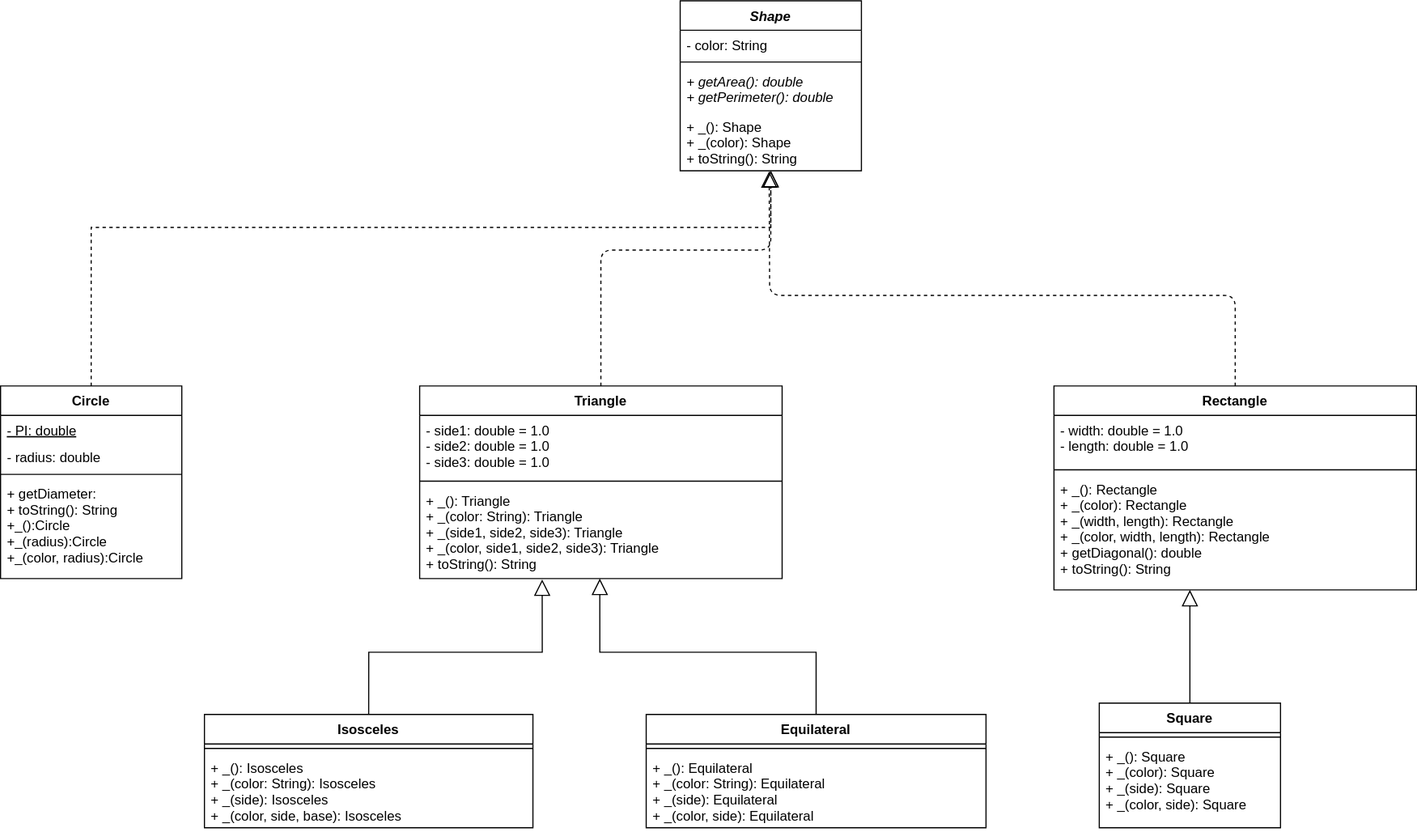
This is img/UMLP1.svg from Dap20040812/PRADO-VALDERRAMA-CHACHATI-SABANA-POOB-2021-1-LAB-ABSTRACT-CLASS, a draw.io export, as it was before one commit. Source tidied: cells renumbered, new cells last; positions are measured from the earlier drawing's top-left corner, leaving out a move shared by most shapes.
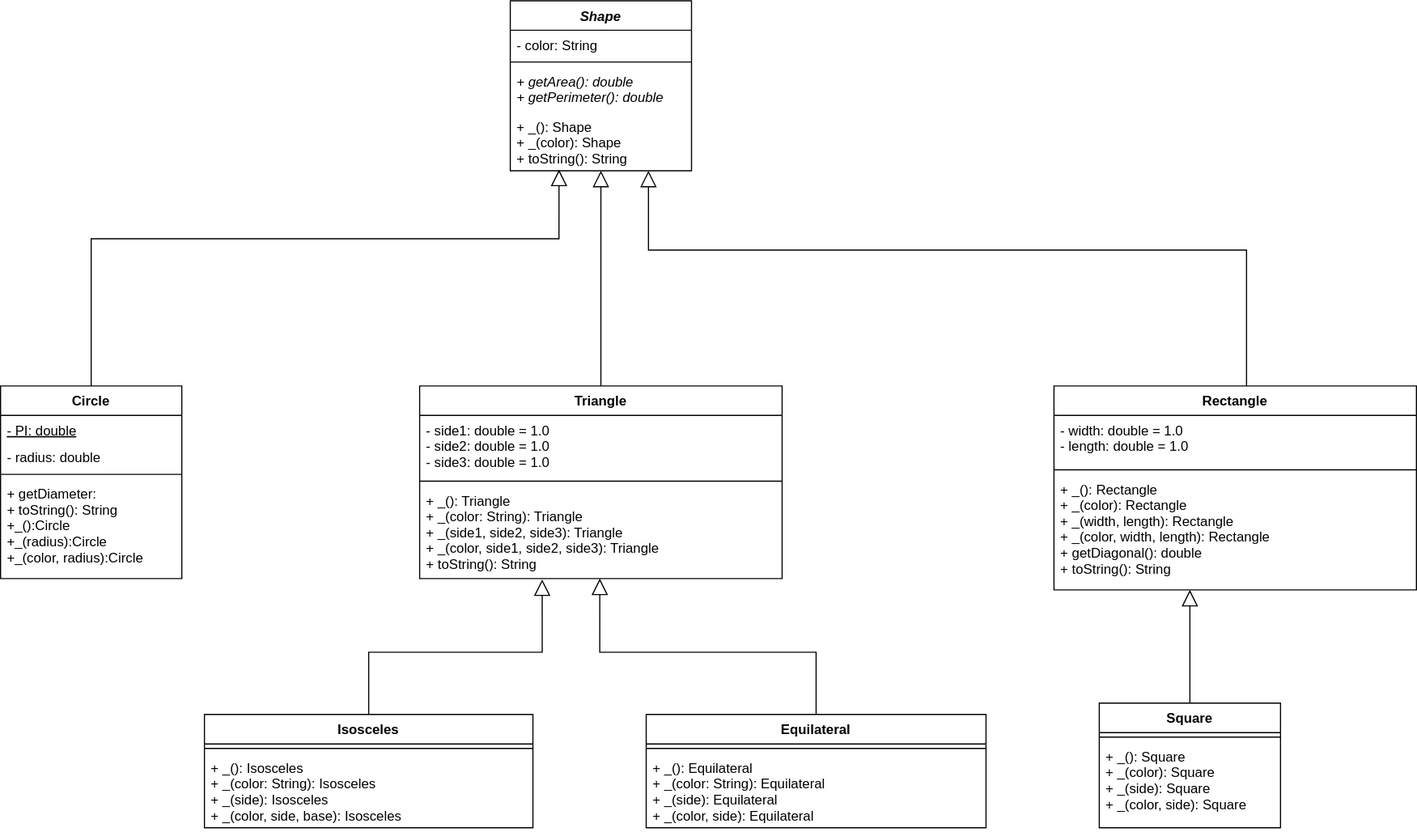
After the commit.

What changed in the source:
```diff
@@ -3,7 +3,7 @@
     <mxCell id="0" />
     <mxCell id="1" parent="0" />
     <mxCell id="2" value="Shape" style="swimlane;fontStyle=3;align=center;verticalAlign=top;horizontal=1;startSize=26;" parent="1" vertex="1">
-      <mxGeometry x="600" width="160" height="150" as="geometry" />
+      <mxGeometry x="450" width="160" height="150" as="geometry" />
     </mxCell>
     <mxCell id="3" value="- color: String" style="text;strokeColor=none;fillColor=none;align=left;verticalAlign=top;spacingLeft=4;spacingRight=4;overflow=hidden;" parent="2" vertex="1">
       <mxGeometry y="26" width="160" height="24" as="geometry" />
@@ -32,16 +32,6 @@
     <mxCell id="11" value="+ getDiameter:&#10;+ toString(): String&#10;+_():Circle&#10;+_(radius):Circle&#10;+_(color, radius):Circle&#10;" style="text;strokeColor=none;fillColor=none;align=left;verticalAlign=top;spacingLeft=4;spacingRight=4;overflow=hidden;" parent="7" vertex="1">
       <mxGeometry y="82" width="160" height="88" as="geometry" />
     </mxCell>
-    <mxCell id="12" style="endArrow=block;dashed=1;endFill=0;endSize=12;html=1;exitX=0.5;exitY=0;exitDx=0;exitDy=0;rounded=0;" parent="1" edge="1" source="7" target="6">
-      <mxGeometry relative="1" as="geometry">
-        <Array as="points">
-          <mxPoint x="80" y="300" />
-          <mxPoint x="80" y="200" />
-          <mxPoint x="239" y="200" />
-          <mxPoint x="680" y="200" />
-        </Array>
-      </mxGeometry>
-    </mxCell>
     <mxCell id="13" value="Rectangle" style="swimlane;fontStyle=1;align=center;verticalAlign=top;horizontal=1;startSize=26;" parent="1" vertex="1">
       <mxGeometry x="930" y="340" width="320" height="180" as="geometry" />
     </mxCell>
@@ -102,21 +92,25 @@
     <mxCell id="32" style="edgeStyle=orthogonalEdgeStyle;rounded=0;jettySize=auto;html=1;endArrow=block;endFill=0;endSize=12;exitX=0.5;exitY=0;exitDx=0;exitDy=0;entryX=0.497;entryY=1;entryDx=0;entryDy=0;entryPerimeter=0;" parent="1" edge="1" source="28" target="20">
       <mxGeometry relative="1" as="geometry" />
     </mxCell>
+    <mxCell id="35" style="edgeStyle=orthogonalEdgeStyle;rounded=0;jettySize=auto;html=1;endArrow=block;endFill=0;endSize=12;" parent="1" edge="1" source="13">
+      <mxGeometry relative="1" as="geometry">
+        <mxPoint x="572" y="150" as="targetPoint" />
+        <Array as="points">
+          <mxPoint x="1100" y="220" />
+          <mxPoint x="572" y="220" />
+        </Array>
+      </mxGeometry>
+    </mxCell>
-    <mxCell id="33" style="endArrow=block;dashed=1;endFill=0;endSize=12;html=1;exitX=0.5;exitY=0;exitDx=0;exitDy=0;" parent="1" edge="1" source="17" target="6">
-      <mxGeometry relative="1" as="geometry">
-        <Array as="points">
-          <mxPoint x="530" y="220" />
-          <mxPoint x="680" y="220" />
-        </Array>
-      </mxGeometry>
+    <mxCell id="33" style="edgeStyle=orthogonalEdgeStyle;rounded=0;jettySize=auto;html=1;entryX=0.5;entryY=1;entryDx=0;entryDy=0;entryPerimeter=0;endArrow=block;endFill=0;endSize=12;exitX=0.5;exitY=0;exitDx=0;exitDy=0;" parent="1" edge="1" source="17" target="6">
+      <mxGeometry relative="1" as="geometry" />
     </mxCell>
-    <mxCell id="34" style="endArrow=block;dashed=1;endFill=0;endSize=12;html=1;exitX=0.5;exitY=0;exitDx=0;exitDy=0;entryX=0.491;entryY=1.009;entryDx=0;entryDy=0;entryPerimeter=0;" parent="1" edge="1" source="13" target="6">
-      <mxGeometry relative="1" as="geometry">
-        <Array as="points">
-          <mxPoint x="1090" y="260" />
-          <mxPoint x="679" y="260" />
-        </Array>
-      </mxGeometry>
-    </mxCell>
+    <mxCell id="12" style="edgeStyle=orthogonalEdgeStyle;rounded=0;jettySize=auto;html=1;entryX=0.269;entryY=0.981;entryDx=0;entryDy=0;entryPerimeter=0;endArrow=block;endFill=0;endSize=12;exitX=0.5;exitY=0;exitDx=0;exitDy=0;" parent="1" edge="1" source="7" target="6">
+      <mxGeometry relative="1" as="geometry">
+        <Array as="points">
+          <mxPoint x="80" y="210" />
+          <mxPoint x="493" y="210" />
+        </Array>
+      </mxGeometry>
+    </mxCell>
   </root>
 </mxGraphModel>
```
